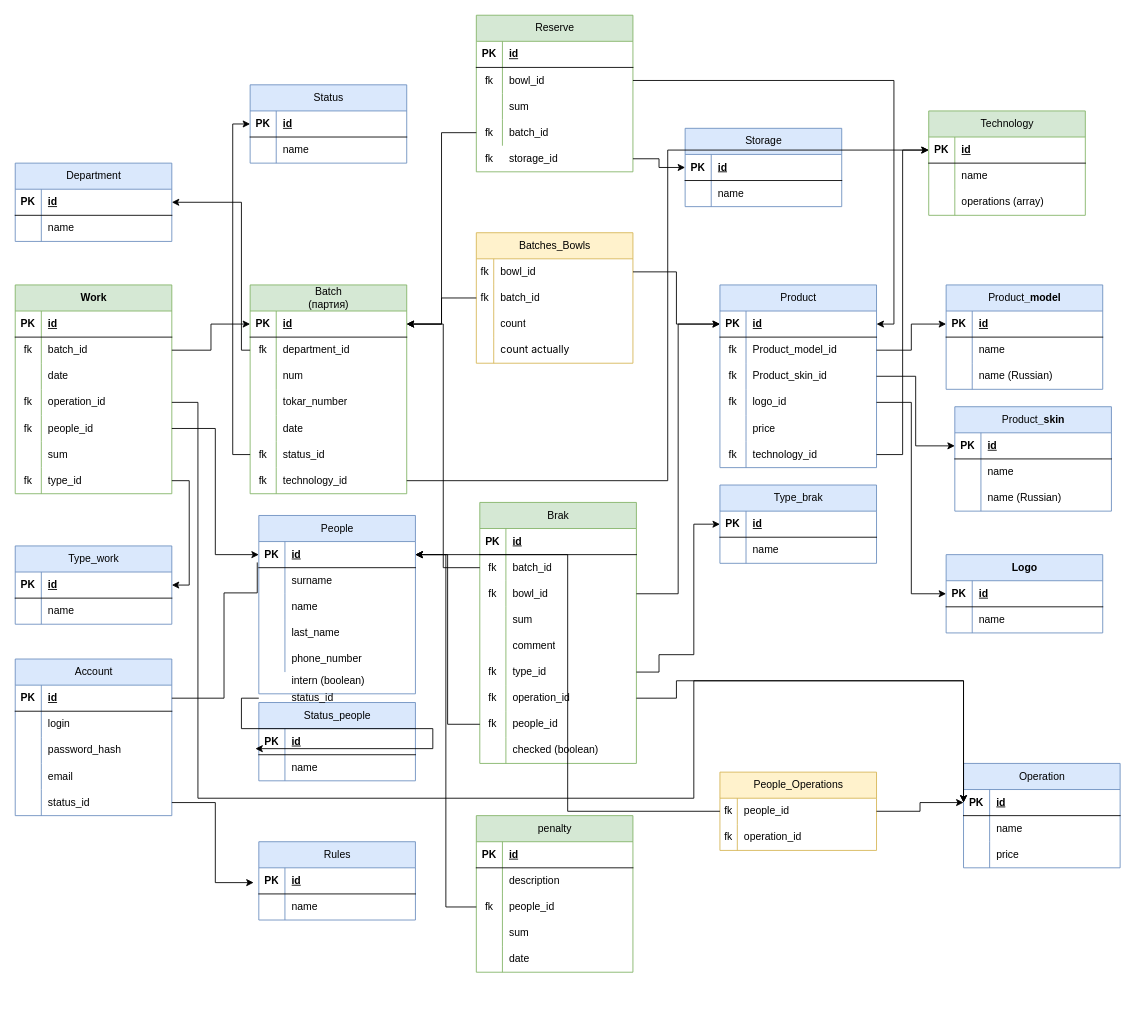
Earlier version of the draw.io diagram CosmoCRM.drawio (OGdanik/db_diagrams). Source tidied: cells renumbered, new cells numbered last; positions are measured from the earlier drawing's top-left corner, leaving out a move shared by most shapes. Both pictures are drawn from the tidied source at 87%, with x=0, y=0 at pixel (15, 15).
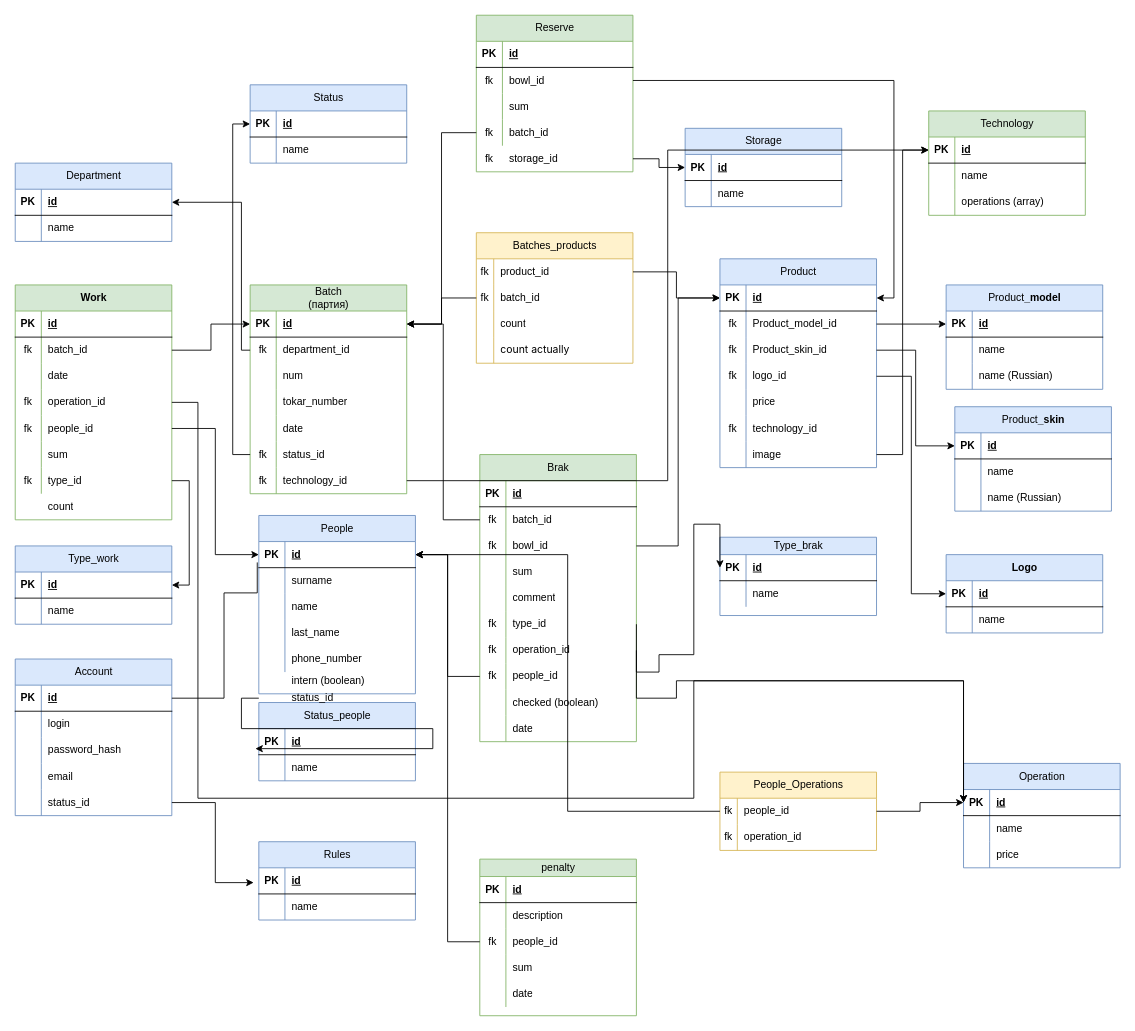
After the change.

The change refers to these unchanged cells:
```xml
<mxCell id="25" style="shape=tableRow;horizontal=0;startSize=0;swimlaneHead=0;swimlaneBody=0;fillColor=none;points=[[0,0.5],[1,0.5]];portConstraint=eastwest;top=0;left=0;right=0;bottom=0;" parent="24" vertex="1">
  <mxGeometry y="30" width="180" height="30" as="geometry" />
</mxCell>
```

The edit, as a diff of the source:
```diff
@@
-    <mxCell id="24" value="&lt;span style=&quot;font-weight: 400; text-wrap: wrap;&quot;&gt;Batches_Bowls&lt;/span&gt;" style="shape=table;startSize=30;childLayout=tableLayout;rowLines=0;fontStyle=1;align=center;html=1;fillColor=#fff2cc;strokeColor=#d6b656;" parent="1" vertex="1">
+    <mxCell id="24" value="&lt;span style=&quot;font-weight: 400; text-wrap: wrap;&quot;&gt;Batches_products&lt;/span&gt;" style="shape=table;startSize=30;childLayout=tableLayout;rowLines=0;fontStyle=1;align=center;html=1;fillColor=#fff2cc;strokeColor=#d6b656;" parent="1" vertex="1">
       <mxGeometry x="530" y="250" width="180" height="150" as="geometry" />
     </mxCell>
@@
-    <mxCell id="27" value="bowl_id" style="shape=partialRectangle;fillColor=none;top=0;left=0;bottom=0;right=0;align=left;spacingLeft=6;overflow=hidden;whiteSpace=wrap;html=1;" parent="25" vertex="1">
+    <mxCell id="27" value="product_id" style="shape=partialRectangle;fillColor=none;top=0;left=0;bottom=0;right=0;align=left;spacingLeft=6;overflow=hidden;whiteSpace=wrap;html=1;" parent="25" vertex="1">
       <mxGeometry x="20" width="160" height="30" as="geometry" />
     </mxCell>
@@
     <mxCell id="37" value="&lt;span style=&quot;font-weight: 400; text-wrap: wrap;&quot;&gt;Product&lt;/span&gt;" style="shape=table;startSize=30;childLayout=tableLayout;rowLines=0;fontStyle=1;align=center;html=1;fillColor=#dae8fc;strokeColor=#6c8ebf;" parent="1" vertex="1">
-      <mxGeometry x="810" y="310" width="180" height="210" as="geometry" />
+      <mxGeometry x="810" y="280" width="180" height="240" as="geometry" />
     </mxCell>
@@
+    <mxCell id="308" style="shape=tableRow;horizontal=0;startSize=0;swimlaneHead=0;swimlaneBody=0;fillColor=none;top=0;left=0;right=0;bottom=0;" parent="37" vertex="1">
+      <mxGeometry y="180" width="180" height="30" as="geometry" />
+    </mxCell>
+    <mxCell id="309" value="fk" style="shape=partialRectangle;fillColor=none;top=0;left=0;bottom=0;right=0;overflow=hidden;whiteSpace=wrap;html=1;" parent="308" vertex="1">
+      <mxGeometry width="30" height="30" as="geometry" />
+    </mxCell>
+    <mxCell id="310" value="technology_id" style="shape=partialRectangle;fillColor=none;top=0;left=0;bottom=0;right=0;align=left;spacingLeft=6;overflow=hidden;whiteSpace=wrap;html=1;" parent="308" vertex="1">
+      <mxGeometry x="30" width="150" height="30" as="geometry" />
+    </mxCell>
     <mxCell id="53" style="shape=tableRow;horizontal=0;startSize=0;swimlaneHead=0;swimlaneBody=0;fillColor=none;points=[[0,0.5],[1,0.5]];portConstraint=eastwest;top=0;left=0;right=0;bottom=0;" parent="37" vertex="1">
-      <mxGeometry y="180" width="180" height="30" as="geometry" />
+      <mxGeometry y="210" width="180" height="30" as="geometry" />
     </mxCell>
-    <mxCell id="54" value="fk" style="shape=partialRectangle;fillColor=none;top=0;left=0;bottom=0;right=0;overflow=hidden;whiteSpace=wrap;html=1;" parent="53" vertex="1">
+    <mxCell id="54" style="shape=partialRectangle;fillColor=none;top=0;left=0;bottom=0;right=0;overflow=hidden;whiteSpace=wrap;html=1;" parent="53" vertex="1">
       <mxGeometry width="30" height="30" as="geometry" />
     </mxCell>
-    <mxCell id="55" value="technology_id" style="shape=partialRectangle;fillColor=none;top=0;left=0;bottom=0;right=0;align=left;spacingLeft=6;overflow=hidden;whiteSpace=wrap;html=1;" parent="53" vertex="1">
+    <mxCell id="55" value="image" style="shape=partialRectangle;fillColor=none;top=0;left=0;bottom=0;right=0;align=left;spacingLeft=6;overflow=hidden;whiteSpace=wrap;html=1;" parent="53" vertex="1">
       <mxGeometry x="30" width="150" height="30" as="geometry" />
     </mxCell>
@@
     <mxCell id="58" value="&lt;span style=&quot;font-weight: 400; text-wrap: wrap;&quot;&gt;Brak&lt;/span&gt;" style="shape=table;startSize=30;childLayout=tableLayout;rowLines=0;fontStyle=1;align=center;html=1;fillColor=#d5e8d4;strokeColor=#82b366;" parent="1" vertex="1">
-      <mxGeometry x="534" y="560" width="180" height="300" as="geometry" />
+      <mxGeometry x="534" y="505" width="180" height="330" as="geometry" />
     </mxCell>
@@
+    <mxCell id="311" style="shape=tableRow;horizontal=0;startSize=0;swimlaneHead=0;swimlaneBody=0;fillColor=none;top=0;left=0;right=0;bottom=0;" parent="58" vertex="1">
+      <mxGeometry y="300" width="180" height="30" as="geometry" />
+    </mxCell>
+    <mxCell id="312" style="shape=partialRectangle;fillColor=none;top=0;left=0;bottom=0;right=0;overflow=hidden;whiteSpace=wrap;html=1;" parent="311" vertex="1">
+      <mxGeometry width="30" height="30" as="geometry" />
+    </mxCell>
+    <mxCell id="313" value="date" style="shape=partialRectangle;fillColor=none;top=0;left=0;bottom=0;right=0;align=left;spacingLeft=6;overflow=hidden;whiteSpace=wrap;html=1;" parent="311" vertex="1">
+      <mxGeometry x="30" width="150" height="30" as="geometry" />
+    </mxCell>
@@
-    <mxCell id="116" value="&lt;span style=&quot;font-weight: 400; text-wrap: wrap;&quot;&gt;Type_brak&lt;/span&gt;" style="shape=table;startSize=30;childLayout=tableLayout;rowLines=0;fontStyle=1;align=center;html=1;fillColor=#dae8fc;strokeColor=#6c8ebf;" parent="1" vertex="1">
-      <mxGeometry x="810" y="540" width="180" height="90" as="geometry" />
+    <mxCell id="116" value="&lt;span style=&quot;font-weight: 400; text-wrap: wrap;&quot;&gt;Type_brak&lt;/span&gt;" style="shape=table;startSize=20;childLayout=tableLayout;rowLines=0;fontStyle=1;align=center;html=1;fillColor=#dae8fc;strokeColor=#6c8ebf;" parent="1" vertex="1">
+      <mxGeometry x="810" y="600" width="180" height="90" as="geometry" />
     </mxCell>
     <mxCell id="117" style="shape=tableRow;horizontal=0;startSize=0;swimlaneHead=0;swimlaneBody=0;fillColor=none;points=[[0,0.5],[1,0.5]];portConstraint=eastwest;top=0;left=0;right=0;bottom=1;" parent="116" vertex="1">
-      <mxGeometry y="30" width="180" height="30" as="geometry" />
+      <mxGeometry y="20" width="180" height="30" as="geometry" />
     </mxCell>
@@
     <mxCell id="120" style="shape=tableRow;horizontal=0;startSize=0;swimlaneHead=0;swimlaneBody=0;fillColor=none;top=0;left=0;right=0;bottom=0;" parent="116" vertex="1">
-      <mxGeometry y="60" width="180" height="30" as="geometry" />
+      <mxGeometry y="50" width="180" height="30" as="geometry" />
     </mxCell>
@@
     <mxCell id="124" value="Work" style="shape=table;startSize=30;childLayout=tableLayout;rowLines=0;fontStyle=1;align=center;html=1;fillColor=#d5e8d4;strokeColor=#82b366;" parent="1" vertex="1">
-      <mxGeometry y="310" width="180" height="240" as="geometry" />
+      <mxGeometry y="310" width="180" height="270" as="geometry" />
     </mxCell>
@@
-    <mxCell id="270" value="&lt;span style=&quot;font-weight: 400; text-wrap: wrap;&quot;&gt;penalty&lt;/span&gt;" style="shape=table;startSize=30;childLayout=tableLayout;rowLines=0;fontStyle=1;align=center;html=1;fillColor=#d5e8d4;strokeColor=#82b366;" parent="1" vertex="1">
-      <mxGeometry x="530" y="920" width="180" height="180" as="geometry" />
+    <mxCell id="270" value="&lt;span style=&quot;font-weight: 400; text-wrap: wrap;&quot;&gt;penalty&lt;/span&gt;" style="shape=table;startSize=20;childLayout=tableLayout;rowLines=0;fontStyle=1;align=center;html=1;fillColor=#d5e8d4;strokeColor=#82b366;" parent="1" vertex="1">
+      <mxGeometry x="534" y="970" width="180" height="180" as="geometry" />
     </mxCell>
     <mxCell id="271" style="shape=tableRow;horizontal=0;startSize=0;swimlaneHead=0;swimlaneBody=0;fillColor=none;top=0;left=0;right=0;bottom=1;" parent="270" vertex="1">
-      <mxGeometry y="30" width="180" height="30" as="geometry" />
+      <mxGeometry y="20" width="180" height="30" as="geometry" />
     </mxCell>
@@
     <mxCell id="274" style="shape=tableRow;horizontal=0;startSize=0;swimlaneHead=0;swimlaneBody=0;fillColor=none;top=0;left=0;right=0;bottom=0;" parent="270" vertex="1">
-      <mxGeometry y="60" width="180" height="30" as="geometry" />
+      <mxGeometry y="50" width="180" height="30" as="geometry" />
     </mxCell>
@@
     <mxCell id="277" style="shape=tableRow;horizontal=0;startSize=0;swimlaneHead=0;swimlaneBody=0;fillColor=none;points=[[0,0.5],[1,0.5]];portConstraint=eastwest;top=0;left=0;right=0;bottom=0;" parent="270" vertex="1">
-      <mxGeometry y="90" width="180" height="30" as="geometry" />
+      <mxGeometry y="80" width="180" height="30" as="geometry" />
     </mxCell>
@@
     <mxCell id="280" style="shape=tableRow;horizontal=0;startSize=0;swimlaneHead=0;swimlaneBody=0;fillColor=none;top=0;left=0;right=0;bottom=0;" parent="270" vertex="1">
-      <mxGeometry y="120" width="180" height="30" as="geometry" />
+      <mxGeometry y="110" width="180" height="30" as="geometry" />
     </mxCell>
@@
     <mxCell id="283" style="shape=tableRow;horizontal=0;startSize=0;swimlaneHead=0;swimlaneBody=0;fillColor=none;top=0;left=0;right=0;bottom=0;" parent="270" vertex="1">
-      <mxGeometry y="150" width="180" height="30" as="geometry" />
+      <mxGeometry y="140" width="180" height="30" as="geometry" />
     </mxCell>
@@
+    <mxCell id="314" style="shape=tableRow;horizontal=0;startSize=0;swimlaneHead=0;swimlaneBody=0;fillColor=none;top=0;left=0;right=0;bottom=0;" parent="1" vertex="1">
+      <mxGeometry y="550" width="180" height="30" as="geometry" />
+    </mxCell>
+    <mxCell id="315" style="shape=partialRectangle;fillColor=none;top=0;left=0;bottom=0;right=0;overflow=hidden;whiteSpace=wrap;html=1;" parent="314" vertex="1">
+      <mxGeometry width="30" height="30" as="geometry" />
+    </mxCell>
+    <mxCell id="316" value="count" style="shape=partialRectangle;fillColor=none;top=0;left=0;bottom=0;right=0;align=left;spacingLeft=6;overflow=hidden;whiteSpace=wrap;html=1;" parent="314" vertex="1">
+      <mxGeometry x="30" width="150" height="30" as="geometry" />
+    </mxCell>
```
